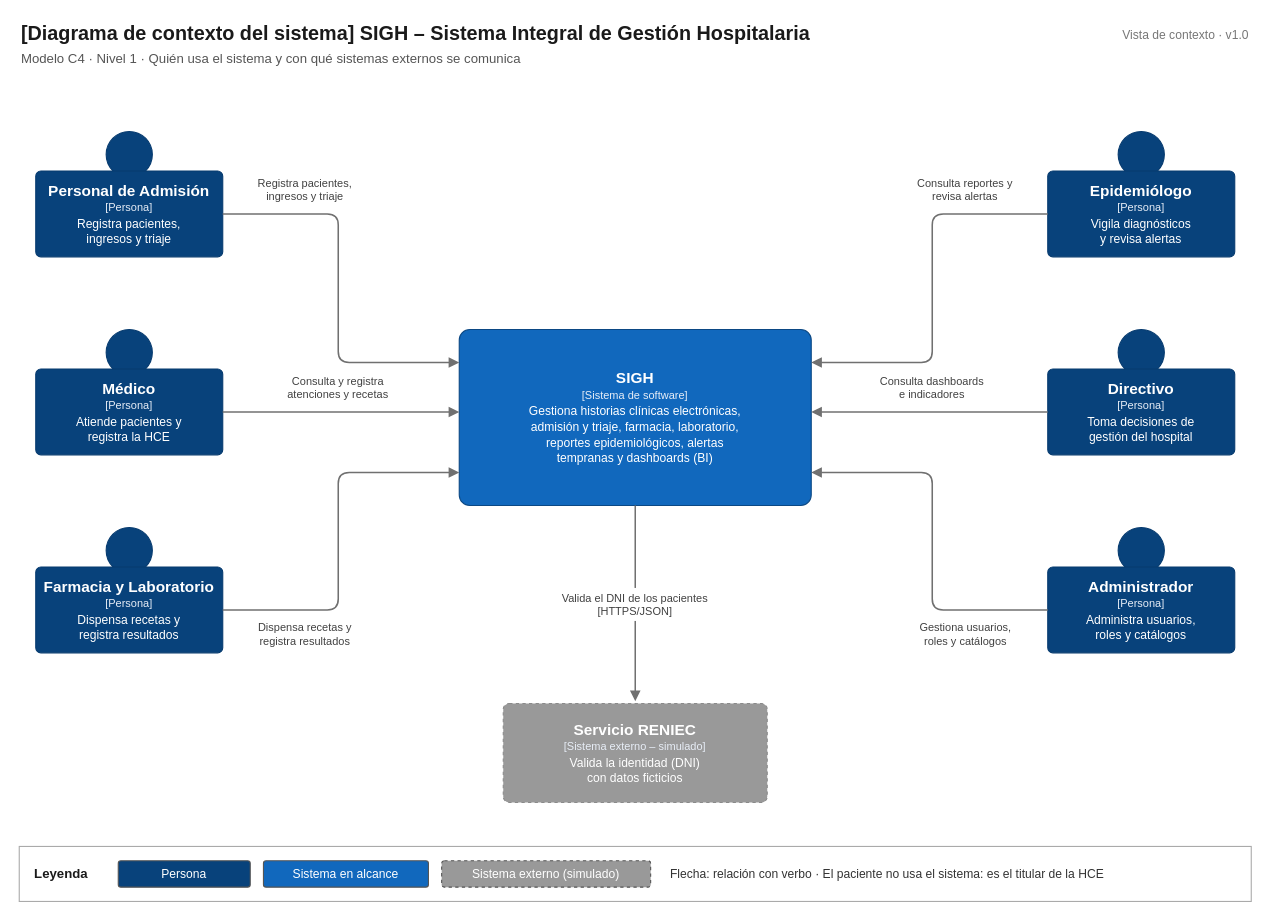
Before: img/fuentes-svg/nivel1-contexto.drawio in rogerrodriguez27/SIGH-arquitSoft, a draw.io diagram. Source tidied: cells renumbered, new cells numbered last; positions are measured from the earlier drawing's top-left corner, leaving out a move shared by most shapes. Both pictures are drawn from the tidied source at 110%, with x=0, y=0 at pixel (19, 19).
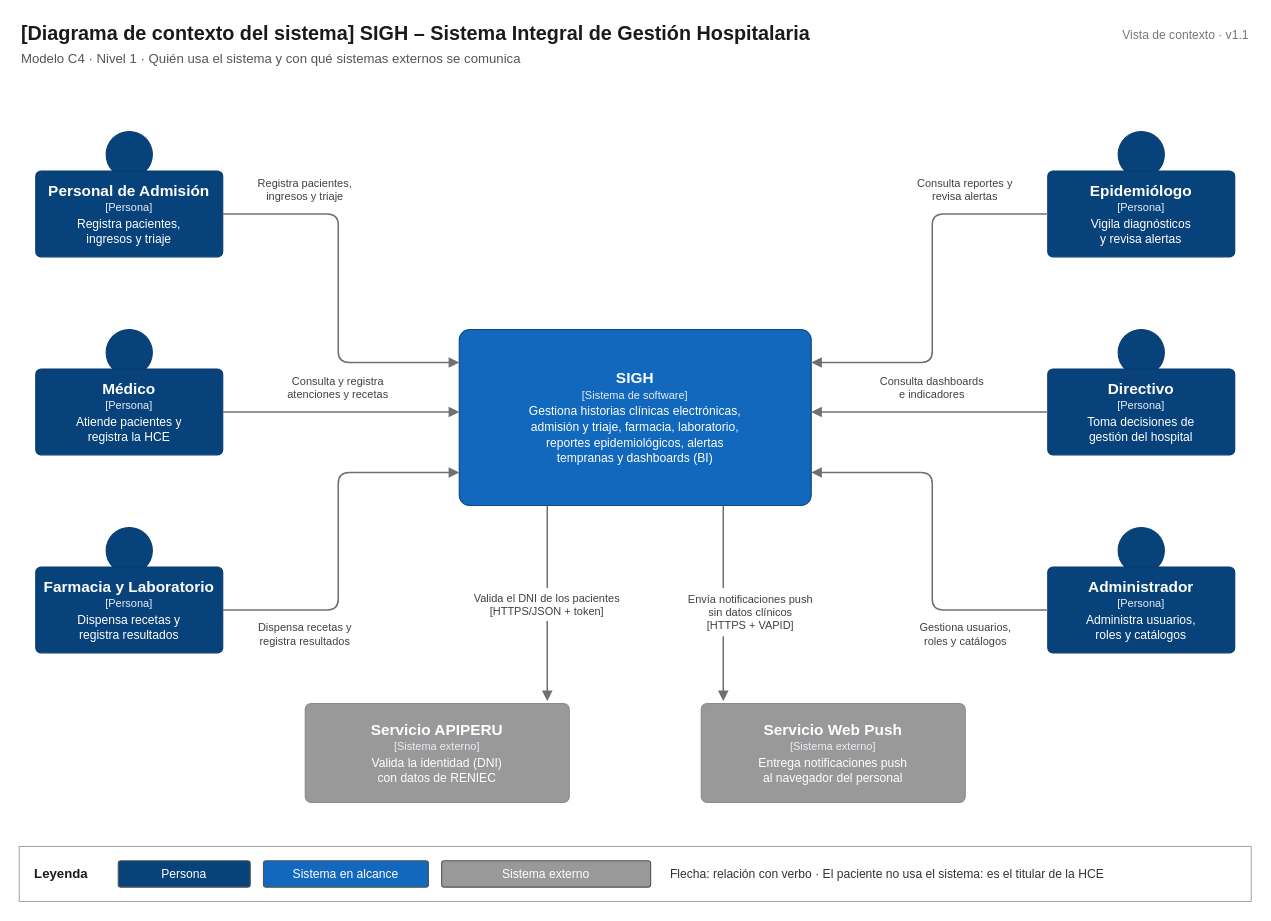
The same page after the edit.

Commit message (it also covers changes not shown here):
docs: actualizar modelo C4 con APIPERU y Web Push

Change to the diagram source:
```diff
@@
-    <mxCell id="4" value="Vista de contexto · v1.0" style="text;html=1;strokeColor=none;fillColor=none;whiteSpace=wrap;fontFamily=Helvetica;fontColor=#777777;fontSize=11;align=right;verticalAlign=middle;" parent="1" vertex="1">
+    <mxCell id="4" value="Vista de contexto · v1.1" style="text;html=1;strokeColor=none;fillColor=none;whiteSpace=wrap;fontFamily=Helvetica;fontColor=#777777;fontSize=11;align=right;verticalAlign=middle;" parent="1" vertex="1">
       <mxGeometry x="900" y="4" width="220" height="20" as="geometry" />
     </mxCell>
@@
-    <mxCell id="30" value="&lt;b&gt;&lt;font style=&quot;font-size:14px&quot;&gt;Servicio RENIEC&lt;/font&gt;&lt;/b&gt;&lt;br&gt;&lt;font style=&quot;font-size:10px&quot; color=&quot;#E8EEF7&quot;&gt;[Sistema externo – simulado]&lt;/font&gt;&lt;br&gt;&lt;font style=&quot;font-size:11px&quot;&gt;Valida la identidad (DNI)&lt;/font&gt;&lt;br&gt;&lt;font style=&quot;font-size:11px&quot;&gt;con datos ficticios&lt;/font&gt;" style="rounded=1;whiteSpace=wrap;html=1;fontFamily=Helvetica;fillColor=#999999;strokeColor=#8A8A8A;strokeWidth=1;fontColor=#FFFFFF;arcSize=6;dashed=1;" parent="1" vertex="1">
-      <mxGeometry x="440" y="622" width="240" height="90" as="geometry" />
+    <mxCell id="30" value="&lt;b&gt;&lt;font style=&quot;font-size:14px&quot;&gt;Servicio APIPERU&lt;/font&gt;&lt;/b&gt;&lt;br&gt;&lt;font style=&quot;font-size:10px&quot; color=&quot;#E8EEF7&quot;&gt;[Sistema externo]&lt;/font&gt;&lt;br&gt;&lt;font style=&quot;font-size:11px&quot;&gt;Valida la identidad (DNI)&lt;/font&gt;&lt;br&gt;&lt;font style=&quot;font-size:11px&quot;&gt;con datos de RENIEC&lt;/font&gt;" style="rounded=1;whiteSpace=wrap;html=1;fontFamily=Helvetica;fillColor=#999999;strokeColor=#8A8A8A;strokeWidth=1;fontColor=#FFFFFF;arcSize=6;" parent="1" vertex="1">
+      <mxGeometry x="260" y="622" width="240" height="90" as="geometry" />
     </mxCell>
     <mxCell id="31" style="edgeStyle=none;html=1;endArrow=block;endFill=1;strokeColor=#707070;strokeWidth=1.4;fontFamily=Helvetica;fontSize=10;fontColor=#404040;" parent="1" edge="1">
       <mxGeometry relative="1" as="geometry">
-        <mxPoint x="560" y="442" as="sourcePoint" />
-        <mxPoint x="560" y="620" as="targetPoint" />
+        <mxPoint x="480" y="442" as="sourcePoint" />
+        <mxPoint x="480" y="620" as="targetPoint" />
       </mxGeometry>
     </mxCell>
-    <mxCell id="32" value="Valida el DNI de los pacientes&lt;br&gt;[HTTPS/JSON]" style="text;html=1;strokeColor=none;fillColor=#FFFFFF;whiteSpace=wrap;fontFamily=Helvetica;fontColor=#404040;fontSize=10;align=center;verticalAlign=middle;" parent="1" vertex="1">
-      <mxGeometry x="471" y="517" width="178" height="30" as="geometry" />
+    <mxCell id="32" value="Valida el DNI de los pacientes&lt;br&gt;[HTTPS/JSON + token]" style="text;html=1;strokeColor=none;fillColor=#FFFFFF;whiteSpace=wrap;fontFamily=Helvetica;fontColor=#404040;fontSize=10;align=center;verticalAlign=middle;" parent="1" vertex="1">
+      <mxGeometry x="391" y="517" width="178" height="30" as="geometry" />
     </mxCell>
@@
-    <mxCell id="37" value="Sistema externo (simulado)" style="rounded=1;arcSize=10;whiteSpace=wrap;html=1;fontFamily=Helvetica;fillColor=#999999;strokeColor=#555555;fontColor=#FFFFFF;fontSize=11;dashed=1;" parent="1" vertex="1">
+    <mxCell id="37" value="Sistema externo" style="rounded=1;arcSize=10;whiteSpace=wrap;html=1;fontFamily=Helvetica;fillColor=#999999;strokeColor=#555555;fontColor=#FFFFFF;fontSize=11;" parent="1" vertex="1">
       <mxGeometry x="384" y="765" width="190" height="24" as="geometry" />
     </mxCell>
@@
+    <mxCell id="39" value="&lt;b&gt;&lt;font style=&quot;font-size:14px&quot;&gt;Servicio Web Push&lt;/font&gt;&lt;/b&gt;&lt;br&gt;&lt;font style=&quot;font-size:10px&quot; color=&quot;#E8EEF7&quot;&gt;[Sistema externo]&lt;/font&gt;&lt;br&gt;&lt;font style=&quot;font-size:11px&quot;&gt;Entrega notificaciones push&lt;/font&gt;&lt;br&gt;&lt;font style=&quot;font-size:11px&quot;&gt;al navegador del personal&lt;/font&gt;" style="rounded=1;whiteSpace=wrap;html=1;fontFamily=Helvetica;fillColor=#999999;strokeColor=#8A8A8A;strokeWidth=1;fontColor=#FFFFFF;arcSize=6;" parent="1" vertex="1">
+      <mxGeometry x="620" y="622" width="240" height="90" as="geometry" />
+    </mxCell>
+    <mxCell id="40" style="edgeStyle=none;html=1;endArrow=block;endFill=1;strokeColor=#707070;strokeWidth=1.4;fontFamily=Helvetica;fontSize=10;fontColor=#404040;" parent="1" edge="1">
+      <mxGeometry relative="1" as="geometry">
+        <mxPoint x="640" y="442" as="sourcePoint" />
+        <mxPoint x="640" y="620" as="targetPoint" />
+      </mxGeometry>
+    </mxCell>
+    <mxCell id="41" value="Envía notificaciones push&lt;br&gt;sin datos clínicos&lt;br&gt;[HTTPS + VAPID]" style="text;html=1;strokeColor=none;fillColor=#FFFFFF;whiteSpace=wrap;fontFamily=Helvetica;fontColor=#404040;fontSize=10;align=center;verticalAlign=middle;" parent="1" vertex="1">
+      <mxGeometry x="580" y="517" width="170" height="44" as="geometry" />
+    </mxCell>
```
